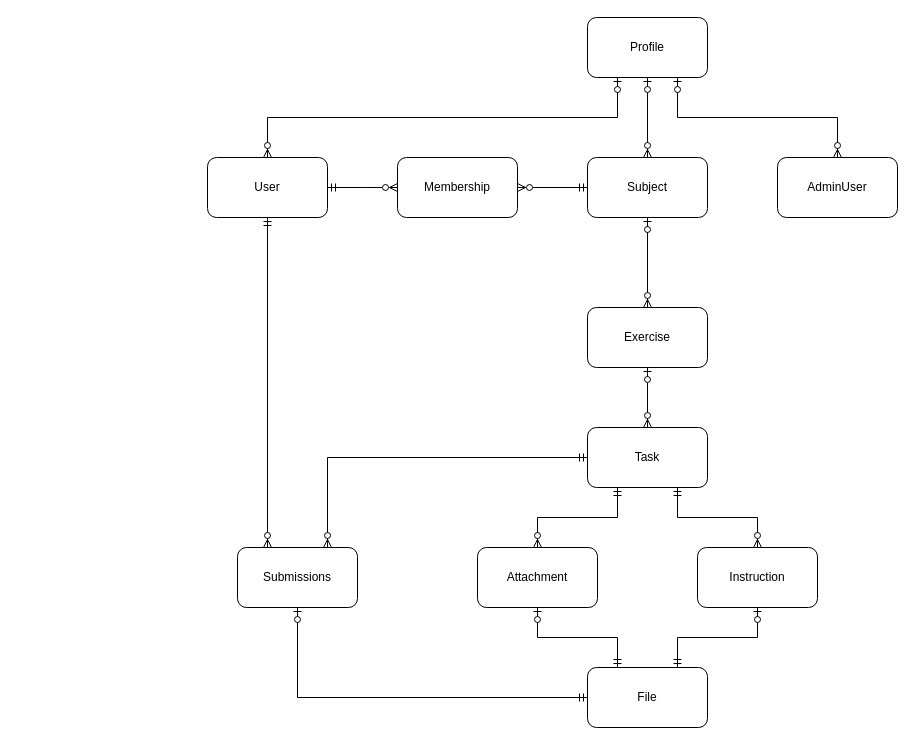
The draw.io diagram doc/DataModel.drawio in ooemperor/CodeGrader, before the edit. Source tidied: cells renumbered, new cells numbered last; positions are measured from the earlier drawing's top-left corner, leaving out a move shared by most shapes. Both pictures are drawn from the tidied source at 100%, with x=0, y=0 at pixel (207, 17).
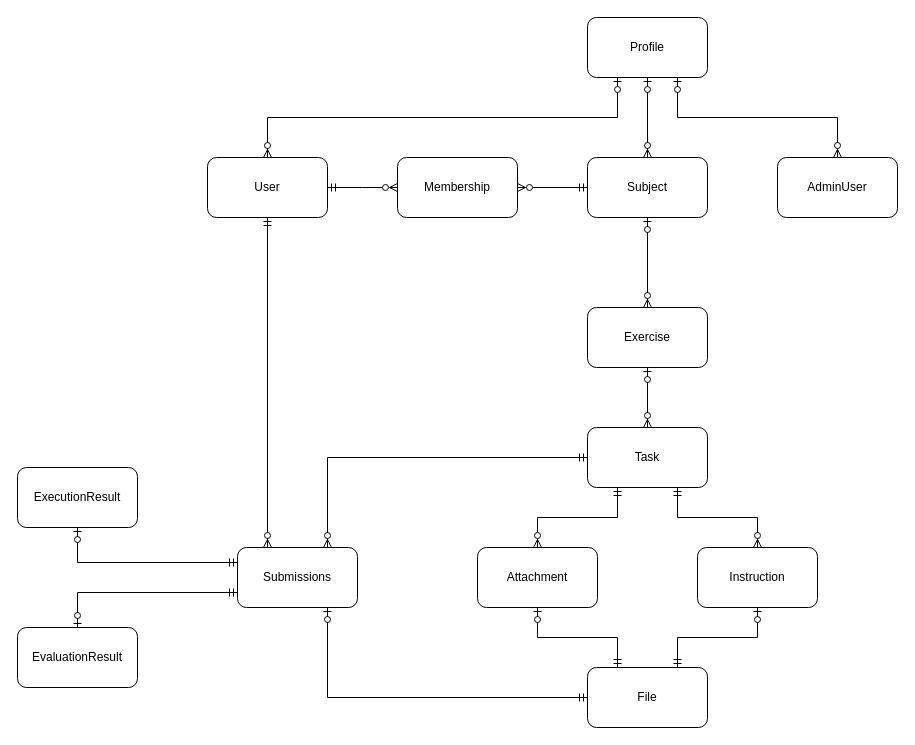
After the change.

Commit message (it also covers changes not shown here):
adding new sequence diagram for api call in doc folder, adding new DB classes for execution and evaluation, adding more functionality to evaluation service and execution service

The change refers to these unchanged cells:
```xml
<mxCell id="18" value="File" style="rounded=1;whiteSpace=wrap;html=1;" parent="1" vertex="1">
  <mxGeometry x="380" y="650" width="120" height="60" as="geometry" />
</mxCell>
<mxCell id="23" value="Submissions" style="rounded=1;whiteSpace=wrap;html=1;" parent="1" vertex="1">
  <mxGeometry x="30" y="530" width="120" height="60" as="geometry" />
</mxCell>
```

Change to the diagram source:
```diff
@@
-    <mxCell id="26" style="edgeStyle=orthogonalEdgeStyle;fontSize=12;html=1;endArrow=ERzeroToOne;startArrow=ERmandOne;rounded=0;entryX=0.5;entryY=1;entryDx=0;entryDy=0;exitX=0;exitY=0.5;exitDx=0;exitDy=0;" parent="1" edge="1" source="18" target="23">
+    <mxCell id="26" style="edgeStyle=orthogonalEdgeStyle;fontSize=12;html=1;endArrow=ERzeroToOne;startArrow=ERmandOne;rounded=0;entryX=0.75;entryY=1;entryDx=0;entryDy=0;exitX=0;exitY=0.5;exitDx=0;exitDy=0;" parent="1" edge="1" source="18" target="23">
       <mxGeometry relative="1" as="geometry" />
     </mxCell>
+    <mxCell id="27" value="ExecutionResult" style="rounded=1;whiteSpace=wrap;html=1;" parent="1" vertex="1">
+      <mxGeometry x="-190" y="450" width="120" height="60" as="geometry" />
+    </mxCell>
+    <mxCell id="28" value="EvaluationResult" style="rounded=1;whiteSpace=wrap;html=1;" parent="1" vertex="1">
+      <mxGeometry x="-190" y="610" width="120" height="60" as="geometry" />
+    </mxCell>
+    <mxCell id="29" style="edgeStyle=orthogonalEdgeStyle;fontSize=12;html=1;endArrow=ERzeroToOne;startArrow=ERmandOne;rounded=0;entryX=0.5;entryY=1;entryDx=0;entryDy=0;exitX=0;exitY=0.25;exitDx=0;exitDy=0;" parent="1" edge="1" source="23" target="27">
+      <mxGeometry relative="1" as="geometry" />
+    </mxCell>
+    <mxCell id="30" style="edgeStyle=orthogonalEdgeStyle;fontSize=12;html=1;endArrow=ERzeroToOne;startArrow=ERmandOne;rounded=0;entryX=0.5;entryY=0;entryDx=0;entryDy=0;exitX=0;exitY=0.75;exitDx=0;exitDy=0;" parent="1" edge="1" source="23" target="28">
+      <mxGeometry relative="1" as="geometry" />
+    </mxCell>
```
